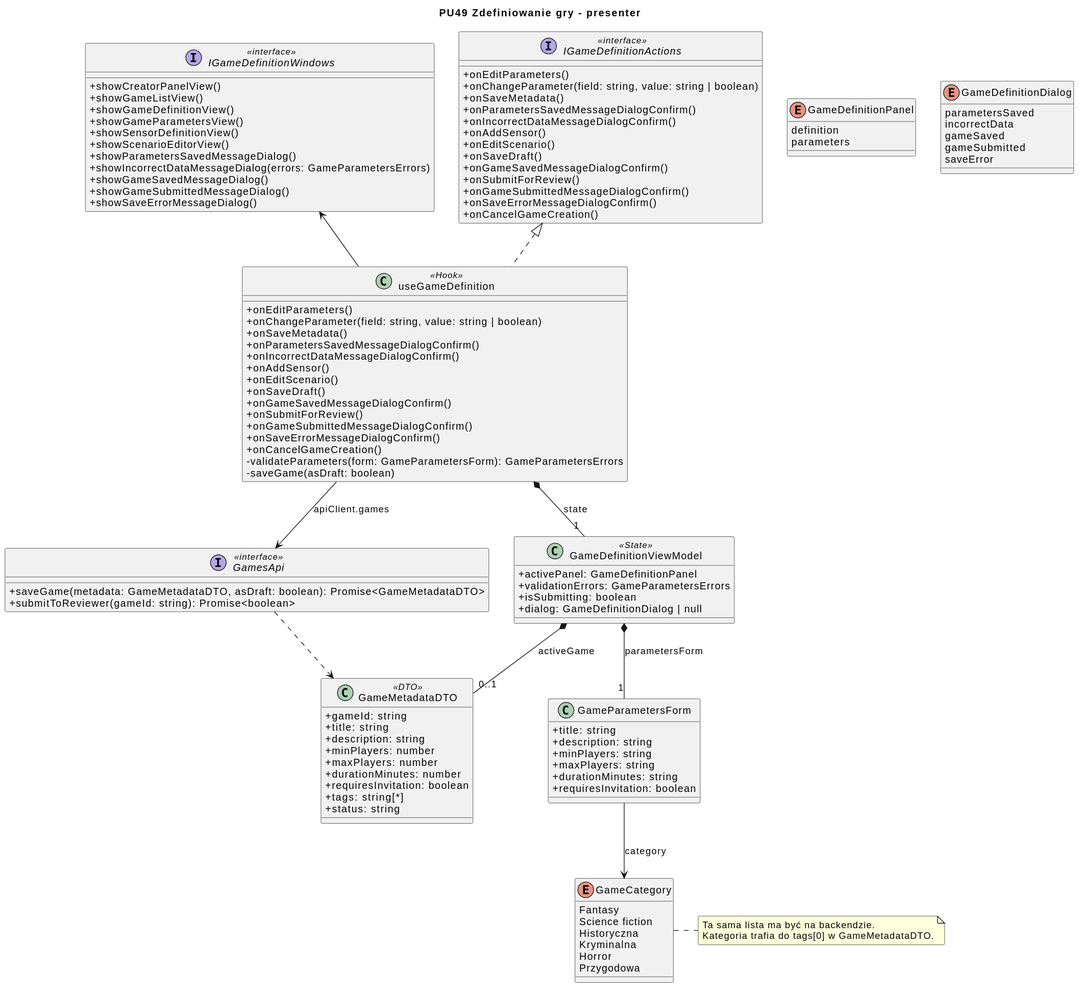
Earlier version of the PlantUML export diagrams/frontend/rendered/game-definition-presenter.svg (Igor-Ochocki/POP-2026Z).
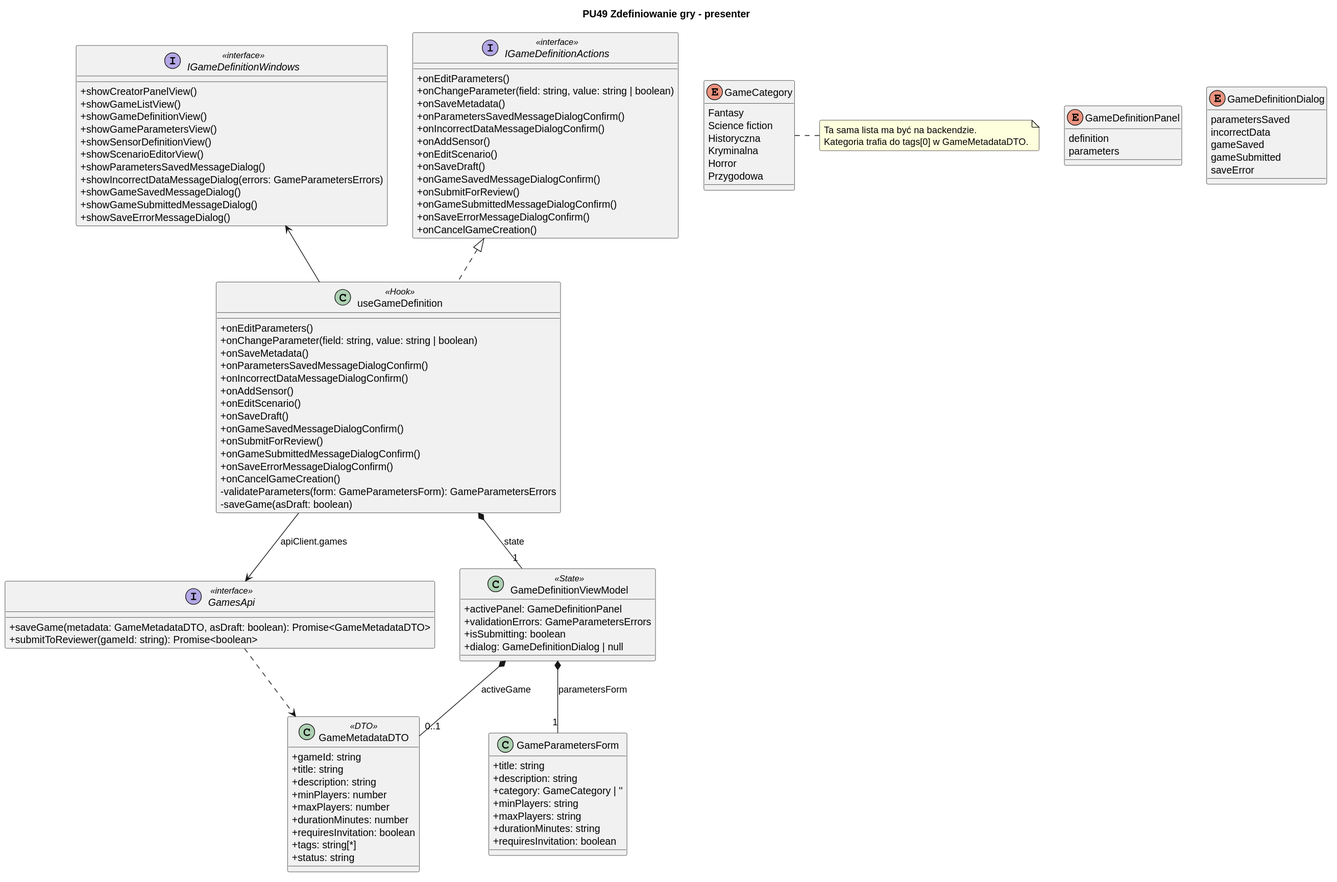
After the commit.

Commit message:
PU49/fe: diagramy - kategoria jako pole formularza

Change to the diagram source:
```diff
@@ -83,6 +83,7 @@
 class GameParametersForm {
     + title: string
     + description: string
+    + category: GameCategory | ''
     + minPlayers: string
     + maxPlayers: string
     + durationMinutes: string
@@ -118,7 +119,6 @@
 GameDefinitionViewModel *-- "1" GameParametersForm : parametersForm
 GameDefinitionViewModel *-- "0..1" GameMetadataDTO : activeGame
 GamesApi ..> GameMetadataDTO
-GameParametersForm --> GameCategory : category
 
 note right of GameCategory
     Ta sama lista ma być na backendzie.
```
